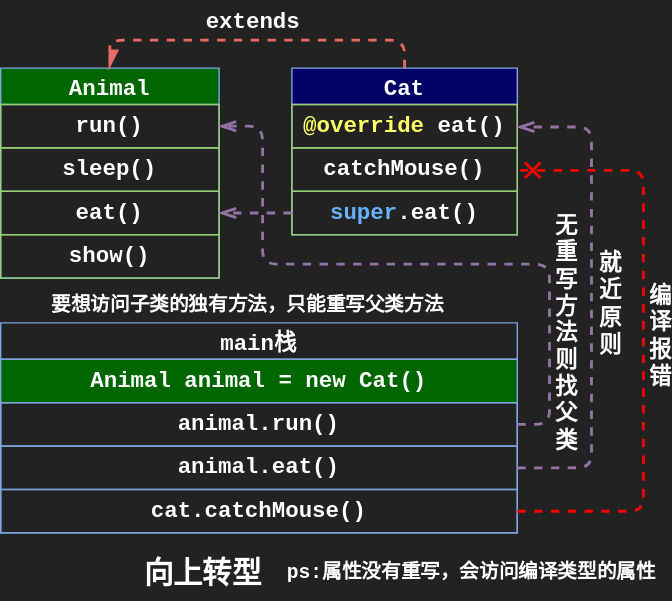
Above: drawio/ClassInheritRelation02.svg in Stolorzs/Picgo (draw.io), before the change. Source tidied: cells renumbered, new cells last; positions are measured from the earlier drawing's top-left corner, leaving out a move shared by most shapes. Source of this version:
```xml
<mxGraphModel background="#222222">
  <root>
    <mxCell id="0" />
    <mxCell id="1" parent="0" />
    <mxCell id="2" value="&lt;font color=&quot;#ffffff&quot;&gt;&lt;span style=&quot;font-size: 21px;&quot;&gt;向上转型&lt;/span&gt;&lt;/font&gt;" style="text;html=1;align=center;verticalAlign=middle;strokeColor=none;fillColor=none;fontSize=12;fontFamily=Courier New;fontColor=default;fontStyle=1;labelBackgroundColor=none;" parent="1" vertex="1">
      <mxGeometry x="93" y="391" width="102" height="37" as="geometry" />
    </mxCell>
    <mxCell id="3" value="&lt;font color=&quot;#ffffff&quot;&gt;&lt;span style=&quot;font-size: 16px;&quot;&gt;Animal&lt;/span&gt;&lt;/font&gt;" style="swimlane;fontStyle=1;align=center;verticalAlign=top;horizontal=1;startSize=26;whiteSpace=wrap;html=1;fontFamily=Courier New;fontSize=12;fontColor=default;labelBackgroundColor=none;strokeColor=#7EA6E0;fillColor=#006600;" parent="1" vertex="1">
      <mxGeometry y="48" width="156" height="150" as="geometry" />
    </mxCell>
    <mxCell id="4" value="&lt;font color=&quot;#ffffff&quot;&gt;&lt;span style=&quot;font-size: 16px;&quot;&gt;run()&lt;/span&gt;&lt;/font&gt;" style="rounded=0;whiteSpace=wrap;html=1;strokeColor=#97D077;align=center;verticalAlign=top;fontFamily=Courier New;fontSize=12;fontColor=default;fontStyle=1;labelBackgroundColor=none;fillColor=none;" parent="3" vertex="1">
      <mxGeometry y="26" width="156" height="31" as="geometry" />
    </mxCell>
    <mxCell id="5" value="&lt;font color=&quot;#ffffff&quot;&gt;&lt;span style=&quot;font-size: 16px;&quot;&gt;sleep()&lt;/span&gt;&lt;/font&gt;" style="rounded=0;whiteSpace=wrap;html=1;strokeColor=#97D077;align=center;verticalAlign=top;fontFamily=Courier New;fontSize=12;fontColor=default;fontStyle=1;labelBackgroundColor=none;fillColor=none;" parent="3" vertex="1">
      <mxGeometry y="57" width="156" height="31" as="geometry" />
    </mxCell>
    <mxCell id="6" value="&lt;font color=&quot;#ffffff&quot;&gt;&lt;span style=&quot;font-size: 16px;&quot;&gt;eat()&lt;/span&gt;&lt;/font&gt;" style="rounded=0;whiteSpace=wrap;html=1;strokeColor=#97D077;align=center;verticalAlign=top;fontFamily=Courier New;fontSize=12;fontColor=default;fontStyle=1;labelBackgroundColor=none;fillColor=none;" parent="3" vertex="1">
      <mxGeometry y="88" width="156" height="31" as="geometry" />
    </mxCell>
    <mxCell id="7" value="&lt;font color=&quot;#ffffff&quot;&gt;&lt;span style=&quot;font-size: 16px;&quot;&gt;show()&lt;/span&gt;&lt;/font&gt;" style="rounded=0;whiteSpace=wrap;html=1;strokeColor=#97D077;align=center;verticalAlign=top;fontFamily=Courier New;fontSize=12;fontColor=default;fontStyle=1;labelBackgroundColor=none;fillColor=none;" parent="3" vertex="1">
      <mxGeometry y="119" width="156" height="31" as="geometry" />
    </mxCell>
    <mxCell id="8" style="edgeStyle=orthogonalEdgeStyle;shape=connector;curved=0;rounded=1;jettySize=auto;html=1;entryX=0.5;entryY=0;entryDx=0;entryDy=0;dashed=1;strokeColor=#EA6B66;strokeWidth=2;align=center;verticalAlign=middle;fontFamily=Courier New;fontSize=12;fontColor=default;fontStyle=1;labelBackgroundColor=none;startSize=8;endArrow=async;endFill=1;endSize=8;" parent="1" edge="1" source="9" target="3">
      <mxGeometry relative="1" as="geometry">
        <Array as="points">
          <mxPoint x="288" y="28" />
          <mxPoint x="78" y="28" />
        </Array>
      </mxGeometry>
    </mxCell>
    <mxCell id="9" value="&lt;font color=&quot;#ffffff&quot;&gt;&lt;span style=&quot;font-size: 16px;&quot;&gt;Cat&lt;/span&gt;&lt;/font&gt;" style="swimlane;fontStyle=1;align=center;verticalAlign=top;horizontal=1;startSize=26;whiteSpace=wrap;html=1;fontFamily=Courier New;fontSize=12;fontColor=default;labelBackgroundColor=none;strokeColor=#7EA6E0;fillColor=#000066;" parent="1" vertex="1">
      <mxGeometry x="208" y="48" width="161" height="119" as="geometry" />
    </mxCell>
    <mxCell id="10" value="&lt;span style=&quot;font-size: 16px;&quot;&gt;&lt;font color=&quot;#ffff66&quot;&gt;@override&lt;/font&gt;&lt;font color=&quot;#ffffff&quot;&gt; eat()&lt;/font&gt;&lt;/span&gt;" style="rounded=0;whiteSpace=wrap;html=1;strokeColor=#97D077;align=center;verticalAlign=top;fontFamily=Courier New;fontSize=12;fontColor=default;fontStyle=1;labelBackgroundColor=none;fillColor=none;" parent="9" vertex="1">
      <mxGeometry y="26" width="161" height="31" as="geometry" />
    </mxCell>
    <mxCell id="11" value="&lt;font color=&quot;#ffffff&quot;&gt;&lt;span style=&quot;font-size: 16px;&quot;&gt;catchMouse()&lt;/span&gt;&lt;/font&gt;" style="rounded=0;whiteSpace=wrap;html=1;strokeColor=#97D077;align=center;verticalAlign=top;fontFamily=Courier New;fontSize=12;fontColor=default;fontStyle=1;labelBackgroundColor=none;fillColor=none;" parent="9" vertex="1">
      <mxGeometry y="57" width="161" height="31" as="geometry" />
    </mxCell>
    <mxCell id="12" value="&lt;span style=&quot;font-size: 16px;&quot;&gt;&lt;font color=&quot;#66b2ff&quot;&gt;super&lt;/font&gt;&lt;font color=&quot;#ffffff&quot;&gt;.eat()&lt;/font&gt;&lt;/span&gt;" style="rounded=0;whiteSpace=wrap;html=1;strokeColor=#97D077;align=center;verticalAlign=top;fontFamily=Courier New;fontSize=12;fontColor=default;fontStyle=1;labelBackgroundColor=none;fillColor=none;" parent="9" vertex="1">
      <mxGeometry y="88" width="161" height="31" as="geometry" />
    </mxCell>
    <mxCell id="13" value="&lt;span style=&quot;color: rgb(255, 255, 255); font-size: 16px; text-wrap: wrap;&quot;&gt;extends&lt;/span&gt;" style="text;html=1;align=center;verticalAlign=middle;strokeColor=none;fillColor=none;fontSize=12;fontFamily=Courier New;fontColor=default;fontStyle=1;labelBackgroundColor=none;" parent="1" vertex="1">
      <mxGeometry x="137" width="85" height="31" as="geometry" />
    </mxCell>
    <mxCell id="14" value="&lt;font color=&quot;#ffffff&quot;&gt;&lt;span style=&quot;font-size: 16px;&quot;&gt;main栈&lt;/span&gt;&lt;/font&gt;" style="swimlane;fontStyle=1;align=center;verticalAlign=top;horizontal=1;startSize=26;whiteSpace=wrap;html=1;fontFamily=Courier New;fontSize=12;fontColor=default;labelBackgroundColor=none;strokeColor=#7EA6E0;fillColor=none;" parent="1" vertex="1">
      <mxGeometry y="230" width="369" height="150" as="geometry" />
    </mxCell>
    <mxCell id="15" value="&lt;font color=&quot;#ffffff&quot;&gt;&lt;span style=&quot;font-size: 16px;&quot;&gt;Animal animal = new Cat()&lt;/span&gt;&lt;/font&gt;" style="rounded=0;whiteSpace=wrap;html=1;strokeColor=#7EA6E0;align=center;verticalAlign=top;fontFamily=Courier New;fontSize=12;fontColor=default;fontStyle=1;labelBackgroundColor=none;fillColor=#006600;" parent="14" vertex="1">
      <mxGeometry y="26" width="369" height="31" as="geometry" />
    </mxCell>
    <mxCell id="16" value="&lt;font color=&quot;#ffffff&quot;&gt;&lt;span style=&quot;font-size: 16px;&quot;&gt;animal.run()&lt;/span&gt;&lt;/font&gt;" style="rounded=0;whiteSpace=wrap;html=1;strokeColor=#7EA6E0;align=center;verticalAlign=top;fontFamily=Courier New;fontSize=12;fontColor=default;fontStyle=1;labelBackgroundColor=none;fillColor=none;" parent="14" vertex="1">
      <mxGeometry y="57" width="369" height="31" as="geometry" />
    </mxCell>
    <mxCell id="17" value="&lt;font color=&quot;#ffffff&quot;&gt;&lt;span style=&quot;font-size: 16px;&quot;&gt;animal.eat()&lt;/span&gt;&lt;/font&gt;" style="rounded=0;whiteSpace=wrap;html=1;strokeColor=#7EA6E0;align=center;verticalAlign=top;fontFamily=Courier New;fontSize=12;fontColor=default;fontStyle=1;labelBackgroundColor=none;fillColor=none;" parent="14" vertex="1">
      <mxGeometry y="88" width="369" height="31" as="geometry" />
    </mxCell>
    <mxCell id="18" value="&lt;font color=&quot;#ffffff&quot;&gt;&lt;span style=&quot;font-size: 16px;&quot;&gt;cat.catchMouse()&lt;/span&gt;&lt;/font&gt;" style="rounded=0;whiteSpace=wrap;html=1;strokeColor=#7EA6E0;align=center;verticalAlign=top;fontFamily=Courier New;fontSize=12;fontColor=default;fontStyle=1;labelBackgroundColor=none;fillColor=none;" parent="14" vertex="1">
      <mxGeometry y="119" width="369" height="31" as="geometry" />
    </mxCell>
    <mxCell id="19" style="edgeStyle=orthogonalEdgeStyle;shape=connector;curved=0;rounded=1;jettySize=auto;html=1;dashed=1;strokeColor=#9673a6;strokeWidth=2;align=center;verticalAlign=middle;fontFamily=Courier New;fontSize=12;fontColor=default;fontStyle=1;labelBackgroundColor=none;startSize=8;endArrow=openThin;endFill=0;endSize=8;fillColor=#e1d5e7;" parent="1" edge="1" source="12" target="6">
      <mxGeometry relative="1" as="geometry" />
    </mxCell>
    <mxCell id="20" style="edgeStyle=orthogonalEdgeStyle;shape=connector;curved=0;rounded=1;jettySize=auto;html=1;dashed=1;strokeColor=#9673a6;strokeWidth=2;align=center;verticalAlign=middle;fontFamily=Courier New;fontSize=12;fontColor=default;fontStyle=1;labelBackgroundColor=none;startSize=8;endArrow=openThin;endFill=0;endSize=8;fillColor=#e1d5e7;entryX=1;entryY=0.5;entryDx=0;entryDy=0;" parent="1" edge="1" source="16" target="4">
      <mxGeometry relative="1" as="geometry">
        <Array as="points">
          <mxPoint x="392" y="303" />
          <mxPoint x="392" y="188" />
          <mxPoint x="187" y="188" />
          <mxPoint x="187" y="90" />
        </Array>
      </mxGeometry>
    </mxCell>
    <mxCell id="21" value="&lt;span style=&quot;color: rgb(255, 255, 255); font-size: 16px; text-wrap: wrap;&quot;&gt;无重写方法则找父类&lt;/span&gt;" style="edgeLabel;html=1;align=center;verticalAlign=middle;fontSize=12;fontFamily=Courier New;fontColor=default;fontStyle=1;labelBackgroundColor=none;" parent="20" vertex="1">
      <mxGeometry x="-0.64" relative="1" as="geometry">
        <mxPoint x="11" y="-1" as="offset" />
      </mxGeometry>
    </mxCell>
    <mxCell id="22" style="edgeStyle=orthogonalEdgeStyle;shape=connector;curved=0;rounded=1;jettySize=auto;html=1;dashed=1;strokeColor=#9673a6;strokeWidth=2;align=center;verticalAlign=middle;fontFamily=Courier New;fontSize=12;fontColor=default;fontStyle=1;labelBackgroundColor=none;startSize=8;endArrow=openThin;endFill=0;endSize=8;fillColor=#e1d5e7;exitX=1;exitY=0.5;exitDx=0;exitDy=0;" parent="1" edge="1" source="17" target="10">
      <mxGeometry relative="1" as="geometry">
        <Array as="points">
          <mxPoint x="422" y="334" />
          <mxPoint x="422" y="90" />
        </Array>
      </mxGeometry>
    </mxCell>
    <mxCell id="23" value="&lt;span style=&quot;color: rgb(255, 255, 255); font-family: &amp;quot;Courier New&amp;quot;; font-size: 16px; font-weight: 700; text-wrap: wrap;&quot;&gt;就近原则&lt;/span&gt;" style="edgeLabel;html=1;align=center;verticalAlign=middle;fontSize=12;labelBackgroundColor=none;" parent="22" vertex="1">
      <mxGeometry y="1" relative="1" as="geometry">
        <mxPoint x="13" y="5" as="offset" />
      </mxGeometry>
    </mxCell>
    <mxCell id="24" style="edgeStyle=orthogonalEdgeStyle;shape=connector;curved=0;rounded=1;jettySize=auto;html=1;dashed=1;strokeColor=#FF0000;strokeWidth=2;align=center;verticalAlign=middle;fontFamily=Courier New;fontSize=12;fontColor=default;fontStyle=1;labelBackgroundColor=none;startSize=8;endArrow=cross;endFill=0;endSize=8;fillColor=#f8cecc;" parent="1" edge="1" source="18" target="11">
      <mxGeometry relative="1" as="geometry">
        <Array as="points">
          <mxPoint x="459" y="365" />
          <mxPoint x="459" y="121" />
        </Array>
      </mxGeometry>
    </mxCell>
    <mxCell id="25" value="&lt;font color=&quot;#ffffff&quot;&gt;&lt;span style=&quot;font-size: 16px; text-wrap: wrap;&quot;&gt;编译报错&lt;/span&gt;&lt;/font&gt;" style="edgeLabel;html=1;align=center;verticalAlign=middle;fontSize=12;fontFamily=Courier New;fontColor=default;fontStyle=1;labelBackgroundColor=none;" parent="24" vertex="1">
      <mxGeometry x="0.16" y="2" relative="1" as="geometry">
        <mxPoint x="13" y="32" as="offset" />
      </mxGeometry>
    </mxCell>
    <mxCell id="26" value="&lt;div&gt;&lt;span style=&quot;font-size: 14px; color: rgb(255, 255, 255); background-color: initial;&quot;&gt;ps:属性没有重写，会访问编译类型的属性&lt;/span&gt;&lt;br&gt;&lt;/div&gt;" style="text;html=1;align=center;verticalAlign=middle;strokeColor=none;fillColor=none;fontSize=12;fontFamily=Courier New;fontColor=default;fontStyle=1;labelBackgroundColor=none;" parent="1" vertex="1">
      <mxGeometry x="195" y="394" width="281" height="29" as="geometry" />
    </mxCell>
    <mxCell id="27" value="&lt;span style=&quot;color: rgb(255, 255, 255); font-size: 14px;&quot;&gt;要想访问子类的独有方法，只能重写父类方法&lt;/span&gt;" style="text;html=1;align=center;verticalAlign=middle;strokeColor=none;fillColor=none;fontSize=12;fontFamily=Courier New;fontColor=default;fontStyle=1;labelBackgroundColor=none;" parent="1" vertex="1">
      <mxGeometry x="27" y="203" width="298" height="29" as="geometry" />
    </mxCell>
  </root>
</mxGraphModel>
```
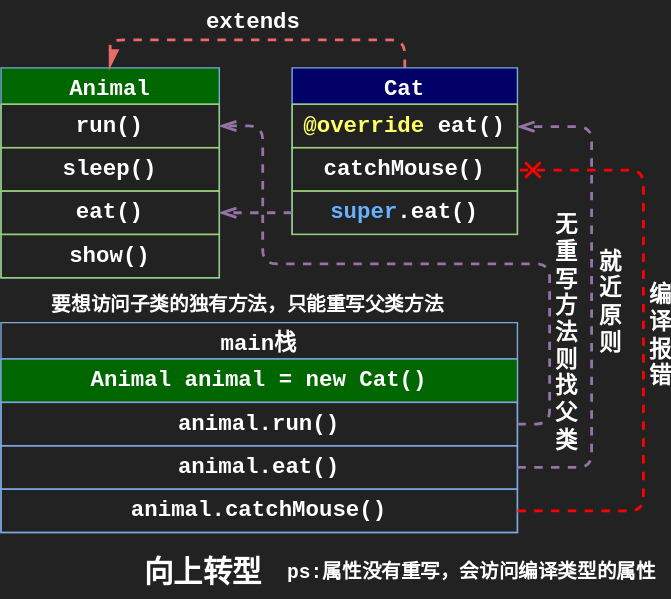
The same file after the commit.

Diff of the diagram source:
```diff
@@ -55,7 +55,7 @@
     <mxCell id="17" value="&lt;font color=&quot;#ffffff&quot;&gt;&lt;span style=&quot;font-size: 16px;&quot;&gt;animal.eat()&lt;/span&gt;&lt;/font&gt;" style="rounded=0;whiteSpace=wrap;html=1;strokeColor=#7EA6E0;align=center;verticalAlign=top;fontFamily=Courier New;fontSize=12;fontColor=default;fontStyle=1;labelBackgroundColor=none;fillColor=none;" parent="14" vertex="1">
       <mxGeometry y="88" width="369" height="31" as="geometry" />
     </mxCell>
-    <mxCell id="18" value="&lt;font color=&quot;#ffffff&quot;&gt;&lt;span style=&quot;font-size: 16px;&quot;&gt;cat.catchMouse()&lt;/span&gt;&lt;/font&gt;" style="rounded=0;whiteSpace=wrap;html=1;strokeColor=#7EA6E0;align=center;verticalAlign=top;fontFamily=Courier New;fontSize=12;fontColor=default;fontStyle=1;labelBackgroundColor=none;fillColor=none;" parent="14" vertex="1">
+    <mxCell id="18" value="&lt;font color=&quot;#ffffff&quot;&gt;&lt;span style=&quot;font-size: 16px;&quot;&gt;animal.catchMouse()&lt;/span&gt;&lt;/font&gt;" style="rounded=0;whiteSpace=wrap;html=1;strokeColor=#7EA6E0;align=center;verticalAlign=top;fontFamily=Courier New;fontSize=12;fontColor=default;fontStyle=1;labelBackgroundColor=none;fillColor=none;" parent="14" vertex="1">
       <mxGeometry y="119" width="369" height="31" as="geometry" />
     </mxCell>
     <mxCell id="19" style="edgeStyle=orthogonalEdgeStyle;shape=connector;curved=0;rounded=1;jettySize=auto;html=1;dashed=1;strokeColor=#9673a6;strokeWidth=2;align=center;verticalAlign=middle;fontFamily=Courier New;fontSize=12;fontColor=default;fontStyle=1;labelBackgroundColor=none;startSize=8;endArrow=openThin;endFill=0;endSize=8;fillColor=#e1d5e7;" parent="1" edge="1" source="12" target="6">
```
